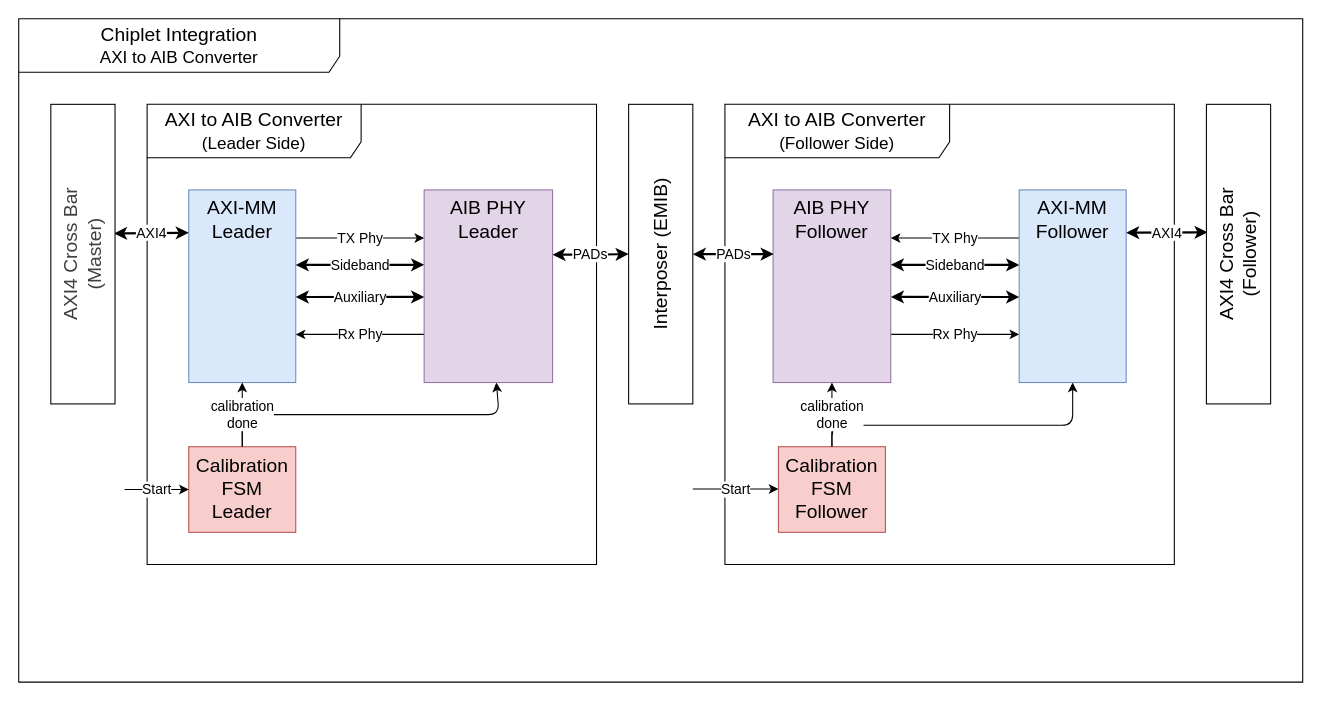
The draw.io diagram docs/system_architecture_ian.drawio in luiseduardomendes/axi4_aib_tools, before the edit. Source tidied: cells renumbered, new cells numbered last; positions are measured from the earlier drawing's top-left corner, leaving out a move shared by most shapes. Both pictures are drawn from the tidied source at 107%, with x=0, y=0 at pixel (18, 18).
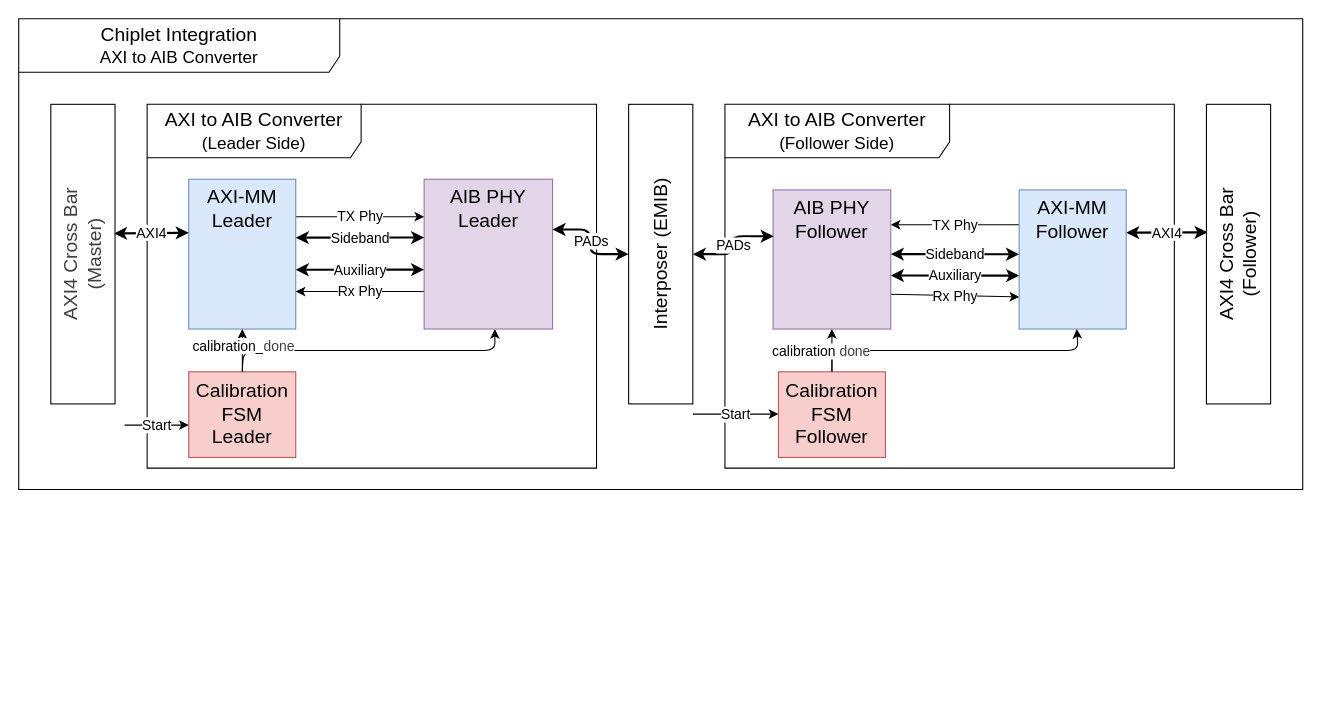
The same diagram, later.

What changed in the source:
```diff
@@
     <mxCell id="2" value="&lt;font style=&quot;font-size: 18px;&quot;&gt;Chiplet Integration&lt;/font&gt;&lt;div&gt;&lt;font size=&quot;3&quot;&gt;AXI to AIB Converter&lt;/font&gt;&lt;/div&gt;" style="shape=umlFrame;whiteSpace=wrap;html=1;width=300;height=50;" parent="1" vertex="1">
-      <mxGeometry width="1200" height="620" as="geometry" />
+      <mxGeometry width="1200" height="440" as="geometry" />
     </mxCell>
     <mxCell id="3" value="&lt;font style=&quot;font-size: 18px;&quot;&gt;AXI to AIB Converter&lt;/font&gt;&lt;div&gt;&lt;font size=&quot;3&quot;&gt;(Leader Side)&lt;/font&gt;&lt;/div&gt;" style="shape=umlFrame;whiteSpace=wrap;html=1;width=200;height=50;" parent="2" vertex="1">
-      <mxGeometry x="120" y="80" width="420" height="430" as="geometry" />
+      <mxGeometry x="120" y="80" width="420" height="340" as="geometry" />
     </mxCell>
@@
-    <mxCell id="5" style="edgeStyle=none;html=1;horizontal=1;fontSize=13;" parent="3" edge="1" source="6" target="10">
+    <mxCell id="5" style="edgeStyle=none;html=1;horizontal=1;fontSize=13;exitX=0.5;exitY=0;exitDx=0;exitDy=0;" parent="3" edge="1" source="6">
       <mxGeometry relative="1" as="geometry">
+        <mxPoint x="325" y="210" as="targetPoint" />
         <Array as="points">
-          <mxPoint x="88.9" y="290" />
-          <mxPoint x="328.9" y="290" />
+          <mxPoint x="90" y="230" />
+          <mxPoint x="325" y="230" />
         </Array>
       </mxGeometry>
     </mxCell>
     <mxCell id="6" value="Calibration&lt;div&gt;&lt;span style=&quot;color: rgb(0, 0, 0);&quot;&gt;FSM&lt;/span&gt;&lt;/div&gt;&lt;div&gt;Leader&lt;/div&gt;" style="rounded=0;whiteSpace=wrap;html=1;fontSize=18;verticalAlign=middle;fillColor=#f8cecc;strokeColor=#b85450;horizontal=1;" parent="3" vertex="1">
-      <mxGeometry x="38.9" y="320" width="100" height="80" as="geometry" />
+      <mxGeometry x="38.9" y="250" width="100" height="80" as="geometry" />
     </mxCell>
@@
     <mxCell id="8" value="AXI-MM&lt;div&gt;Leader&lt;/div&gt;" style="rounded=0;whiteSpace=wrap;html=1;arcSize=15;fillColor=#dae8fc;strokeColor=#6c8ebf;fontSize=18;verticalAlign=top;horizontal=1;" parent="3" vertex="1">
-      <mxGeometry x="38.9" y="80" width="100" height="180" as="geometry" />
+      <mxGeometry x="38.9" y="70" width="100" height="140" as="geometry" />
     </mxCell>
@@
     <mxCell id="10" value="AIB PHY&lt;div&gt;Leader&lt;/div&gt;" style="rounded=0;whiteSpace=wrap;html=1;arcSize=15;fillColor=#e1d5e7;strokeColor=#9673a6;fontSize=18;verticalAlign=top;horizontal=1;" parent="3" vertex="1">
-      <mxGeometry x="258.9" y="80" width="120" height="180" as="geometry" />
+      <mxGeometry x="258.9" y="70" width="120" height="140" as="geometry" />
     </mxCell>
@@
     <mxCell id="12" value="Start" style="endArrow=classic;html=1;horizontal=1;fontSize=13;" parent="3" edge="1">
       <mxGeometry relative="1" as="geometry">
-        <mxPoint x="-21.1" y="360" as="sourcePoint" />
-        <mxPoint x="38.9" y="360" as="targetPoint" />
+        <mxPoint x="-21.1" y="299.8" as="sourcePoint" />
+        <mxPoint x="38.9" y="299.8" as="targetPoint" />
       </mxGeometry>
     </mxCell>
-    <mxCell id="13" value="calibration&lt;div&gt;done&lt;/div&gt;" style="edgeStyle=none;html=1;labelBorderColor=none;spacingTop=0;labelBackgroundColor=default;horizontal=1;fontSize=13;" parent="3" edge="1" source="6" target="8">
-      <mxGeometry relative="1" as="geometry" />
+    <mxCell id="13" value="calibration_&lt;span style=&quot;color: rgb(63, 63, 63); background-color: light-dark(#ffffff, var(--ge-dark-color, #121212));&quot;&gt;done&lt;/span&gt;" style="edgeStyle=none;html=1;labelBorderColor=none;spacingTop=0;labelBackgroundColor=default;horizontal=1;fontSize=13;" parent="3" edge="1" source="6" target="8">
+      <mxGeometry x="0.2" y="-1" relative="1" as="geometry">
+        <Array as="points">
+          <mxPoint x="89" y="240" />
+        </Array>
+      </mxGeometry>
     </mxCell>
     <mxCell id="14" value="Sideband" style="endArrow=classic;startArrow=classic;html=1;exitX=0.393;exitY=0.279;exitDx=0;exitDy=0;exitPerimeter=0;strokeWidth=2;fontSize=13;" parent="3" edge="1">
       <mxGeometry relative="1" as="geometry">
-        <mxPoint x="138.9" y="150.1" as="sourcePoint" />
-        <mxPoint x="258.9" y="150" as="targetPoint" />
+        <mxPoint x="138.9" y="124.6" as="sourcePoint" />
+        <mxPoint x="258.9" y="124.5" as="targetPoint" />
       </mxGeometry>
     </mxCell>
     <mxCell id="15" value="Auxiliary" style="endArrow=classic;startArrow=classic;html=1;exitX=0.393;exitY=0.279;exitDx=0;exitDy=0;exitPerimeter=0;strokeWidth=2;fontSize=13;" parent="3" edge="1">
       <mxGeometry relative="1" as="geometry">
-        <mxPoint x="138.9" y="180.1" as="sourcePoint" />
-        <mxPoint x="258.9" y="180" as="targetPoint" />
+        <mxPoint x="138.9" y="154.6" as="sourcePoint" />
+        <mxPoint x="258.9" y="154.5" as="targetPoint" />
       </mxGeometry>
     </mxCell>
     <mxCell id="16" value="&lt;font style=&quot;font-size: 18px;&quot;&gt;AXI to AIB Converter&lt;/font&gt;&lt;div&gt;&lt;font size=&quot;3&quot;&gt;(Follower Side)&lt;/font&gt;&lt;/div&gt;" style="shape=umlFrame;whiteSpace=wrap;html=1;width=210;height=50;" parent="2" vertex="1">
-      <mxGeometry x="660" y="80" width="420" height="430" as="geometry" />
+      <mxGeometry x="660" y="80" width="420" height="340" as="geometry" />
     </mxCell>
@@
     <mxCell id="19" value="&lt;div&gt;&lt;span style=&quot;color: rgb(0, 0, 0);&quot;&gt;Calibration&lt;/span&gt;&lt;/div&gt;FSM&lt;div&gt;Follower&lt;/div&gt;" style="rounded=0;whiteSpace=wrap;html=1;fontSize=18;verticalAlign=middle;fillColor=#f8cecc;strokeColor=#b85450;horizontal=1;" parent="16" vertex="1">
-      <mxGeometry x="50" y="320" width="100" height="80" as="geometry" />
+      <mxGeometry x="50" y="250" width="100" height="80" as="geometry" />
     </mxCell>
@@
     <mxCell id="21" value="AXI-MM&lt;div&gt;Follower&lt;/div&gt;" style="rounded=0;whiteSpace=wrap;html=1;arcSize=15;fillColor=#dae8fc;strokeColor=#6c8ebf;fontSize=18;verticalAlign=top;horizontal=1;" parent="16" vertex="1">
-      <mxGeometry x="275" y="80" width="100" height="180" as="geometry" />
+      <mxGeometry x="275" y="80" width="100" height="130" as="geometry" />
     </mxCell>
     <mxCell id="22" value="Rx Phy" style="edgeStyle=none;html=1;exitX=1;exitY=0.75;exitDx=0;exitDy=0;horizontal=1;fontSize=13;" parent="16" edge="1" source="23">
       <mxGeometry relative="1" as="geometry">
-        <mxPoint x="275" y="215" as="targetPoint" />
+        <mxPoint x="275" y="180" as="targetPoint" />
       </mxGeometry>
     </mxCell>
     <mxCell id="23" value="AIB PHY&lt;div&gt;Follower&lt;/div&gt;" style="rounded=0;whiteSpace=wrap;html=1;arcSize=15;fillColor=#e1d5e7;strokeColor=#9673a6;fontSize=18;verticalAlign=top;horizontal=1;" parent="16" vertex="1">
-      <mxGeometry x="45" y="80" width="110" height="180" as="geometry" />
+      <mxGeometry x="45" y="80" width="110" height="130" as="geometry" />
     </mxCell>
@@
     <mxCell id="25" value="Start" style="endArrow=classic;html=1;horizontal=1;fontSize=13;" parent="16" edge="1">
       <mxGeometry relative="1" as="geometry">
-        <mxPoint x="-30" y="359.5" as="sourcePoint" />
-        <mxPoint x="50" y="359.5" as="targetPoint" />
+        <mxPoint x="-30" y="289.5" as="sourcePoint" />
+        <mxPoint x="50" y="289.5" as="targetPoint" />
       </mxGeometry>
     </mxCell>
-    <mxCell id="26" value="calibration&lt;div&gt;done&lt;/div&gt;" style="edgeStyle=none;html=1;labelBorderColor=none;spacingTop=0;labelBackgroundColor=default;horizontal=1;fontSize=13;" parent="16" edge="1" source="19" target="21">
+    <mxCell id="26" value="calibration&amp;nbsp;&lt;span style=&quot;color: rgb(63, 63, 63); background-color: light-dark(#ffffff, var(--ge-dark-color, #121212));&quot;&gt;done&lt;/span&gt;" style="edgeStyle=none;html=1;labelBorderColor=none;spacingTop=0;labelBackgroundColor=default;horizontal=1;fontSize=13;" parent="16" edge="1" source="19" target="21">
       <mxGeometry x="-0.86" y="10" relative="1" as="geometry">
         <Array as="points">
-          <mxPoint x="100" y="300" />
-          <mxPoint x="325" y="300" />
+          <mxPoint x="100" y="230" />
+          <mxPoint x="330" y="230" />
         </Array>
       </mxGeometry>
     </mxCell>
     <mxCell id="27" value="Sideband" style="endArrow=classic;startArrow=classic;html=1;exitX=0.393;exitY=0.279;exitDx=0;exitDy=0;exitPerimeter=0;strokeWidth=2;fontSize=13;" parent="16" edge="1">
       <mxGeometry relative="1" as="geometry">
-        <mxPoint x="275" y="150.1" as="sourcePoint" />
-        <mxPoint x="155.1" y="150" as="targetPoint" />
+        <mxPoint x="274.9" y="140.1" as="sourcePoint" />
+        <mxPoint x="155" y="140" as="targetPoint" />
       </mxGeometry>
     </mxCell>
     <mxCell id="28" value="Auxiliary" style="endArrow=classic;startArrow=classic;html=1;exitX=0.393;exitY=0.279;exitDx=0;exitDy=0;exitPerimeter=0;strokeWidth=2;fontSize=13;" parent="16" edge="1">
       <mxGeometry relative="1" as="geometry">
-        <mxPoint x="275" y="180.1" as="sourcePoint" />
-        <mxPoint x="155.1" y="180" as="targetPoint" />
+        <mxPoint x="275" y="160.1" as="sourcePoint" />
+        <mxPoint x="155.1" y="160" as="targetPoint" />
       </mxGeometry>
     </mxCell>
```
